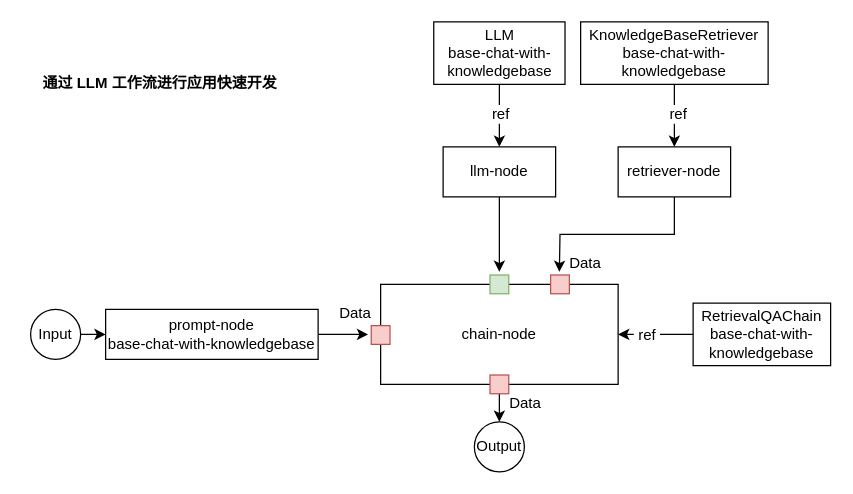
The draw.io diagram docs/User Cases/images/private_knowledgebase_app_arch.drawio in kubeagi/website, before the edit. Source tidied: cells renumbered, new cells numbered last; positions are measured from the earlier drawing's top-left corner, leaving out a move shared by most shapes. Both pictures are drawn from the tidied source at 125%, with x=0, y=0 at pixel (30, 21).
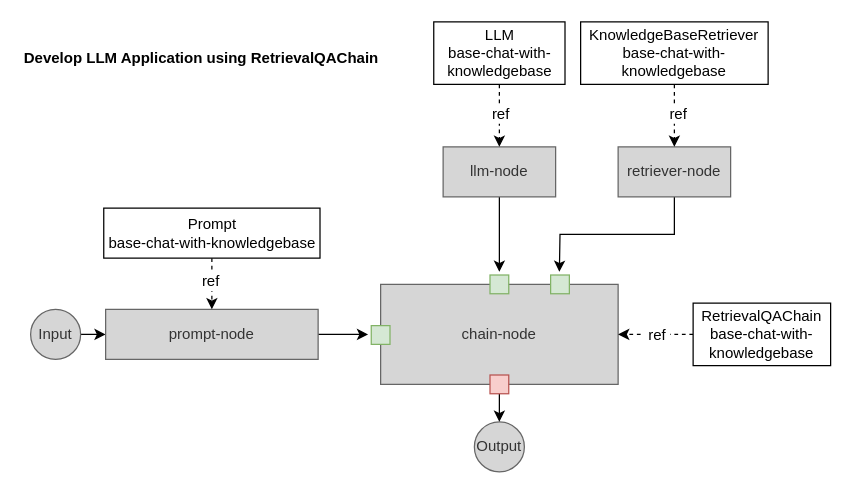
The same diagram, later.

Commit message (it also covers changes not shown here):
Add some docs about llm application

The change refers to these unchanged cells:
```xml
<mxCell id="12" value="LLM&lt;br&gt;base-chat-with-knowledgebase" style="rounded=0;whiteSpace=wrap;html=1;" parent="1" vertex="1">
  <mxGeometry x="322.5" width="105" height="50" as="geometry" />
</mxCell>
<mxCell id="15" value="KnowledgeBaseRetriever&lt;br&gt;base-chat-with-knowledgebase" style="rounded=0;whiteSpace=wrap;html=1;" parent="1" vertex="1">
  <mxGeometry x="440" width="150" height="50" as="geometry" />
</mxCell>
<mxCell id="18" value="RetrievalQAChain&lt;br&gt;base-chat-with-knowledgebase" style="rounded=0;whiteSpace=wrap;html=1;" parent="1" vertex="1">
  <mxGeometry x="530" y="225" width="110" height="50" as="geometry" />
</mxCell>
```

The edit, as a diff of the source:
```diff
@@
-    <mxCell id="4" value="prompt-node&lt;br&gt;base-chat-with-knowledgebase" style="rounded=0;whiteSpace=wrap;html=1;" parent="1" vertex="1">
+    <mxCell id="4" value="prompt-node" style="rounded=0;whiteSpace=wrap;html=1;fillColor=#D6D6D6;strokeColor=#666666;fontColor=#333333;" parent="1" vertex="1">
       <mxGeometry x="60" y="230" width="170" height="40" as="geometry" />
     </mxCell>
@@
-    <mxCell id="6" value="llm-node" style="rounded=0;whiteSpace=wrap;html=1;" parent="1" vertex="1">
+    <mxCell id="6" value="llm-node" style="rounded=0;whiteSpace=wrap;html=1;fillColor=#D6D6D6;strokeColor=#666666;fontColor=#333333;" parent="1" vertex="1">
       <mxGeometry x="330" y="100" width="90" height="40" as="geometry" />
     </mxCell>
@@
-    <mxCell id="8" value="retriever-node" style="rounded=0;whiteSpace=wrap;html=1;" parent="1" vertex="1">
+    <mxCell id="8" value="retriever-node" style="rounded=0;whiteSpace=wrap;html=1;fillColor=#D6D6D6;strokeColor=#666666;fontColor=#333333;" parent="1" vertex="1">
       <mxGeometry x="470" y="100" width="90" height="40" as="geometry" />
     </mxCell>
-    <mxCell id="9" value="chain-node" style="rounded=0;whiteSpace=wrap;html=1;" parent="1" vertex="1">
+    <mxCell id="9" value="chain-node" style="rounded=0;whiteSpace=wrap;html=1;fillColor=#D6D6D6;strokeColor=#666666;fontColor=#333333;" parent="1" vertex="1">
       <mxGeometry x="280" y="210" width="190" height="80" as="geometry" />
     </mxCell>
-    <mxCell id="10" style="edgeStyle=orthogonalEdgeStyle;rounded=0;jettySize=auto;html=1;exitX=0.5;exitY=1;exitDx=0;exitDy=0;entryX=0.5;entryY=0;entryDx=0;entryDy=0;" parent="1" edge="1" source="12" target="6">
+    <mxCell id="10" style="edgeStyle=orthogonalEdgeStyle;rounded=0;jettySize=auto;html=1;exitX=0.5;exitY=1;exitDx=0;exitDy=0;entryX=0.5;entryY=0;entryDx=0;entryDy=0;dashed=1;" parent="1" edge="1" source="12" target="6">
       <mxGeometry relative="1" as="geometry" />
     </mxCell>
@@
-    <mxCell id="13" style="edgeStyle=orthogonalEdgeStyle;rounded=0;jettySize=auto;html=1;exitX=0.5;exitY=1;exitDx=0;exitDy=0;entryX=0.5;entryY=0;entryDx=0;entryDy=0;" parent="1" edge="1" source="15" target="8">
+    <mxCell id="13" style="edgeStyle=orthogonalEdgeStyle;rounded=0;jettySize=auto;html=1;exitX=0.5;exitY=1;exitDx=0;exitDy=0;entryX=0.5;entryY=0;entryDx=0;entryDy=0;dashed=1;" parent="1" edge="1" source="15" target="8">
       <mxGeometry relative="1" as="geometry" />
     </mxCell>
@@
-    <mxCell id="16" value="&amp;nbsp;" style="edgeStyle=orthogonalEdgeStyle;rounded=0;jettySize=auto;html=1;exitX=0;exitY=0.5;exitDx=0;exitDy=0;entryX=1;entryY=0.5;entryDx=0;entryDy=0;" parent="1" edge="1" source="18" target="9">
+    <mxCell id="16" value="&amp;nbsp;" style="edgeStyle=orthogonalEdgeStyle;rounded=0;jettySize=auto;html=1;exitX=0;exitY=0.5;exitDx=0;exitDy=0;entryX=1;entryY=0.5;entryDx=0;entryDy=0;dashed=1;" parent="1" edge="1" source="18" target="9">
       <mxGeometry relative="1" as="geometry" />
     </mxCell>
     <mxCell id="17" value="&amp;nbsp;ref&amp;nbsp;" style="text;html=1;align=center;verticalAlign=middle;labelBackgroundColor=#ffffff;" parent="16" vertex="1">
-      <mxGeometry x="0.27" relative="1" as="geometry" />
+      <mxGeometry x="0.27" relative="1" as="geometry">
+        <mxPoint x="8" as="offset" />
+      </mxGeometry>
     </mxCell>
@@
-    <mxCell id="20" style="rounded=0;whiteSpace=wrap;html=1;fillColor=#f8cecc;strokeColor=#b85450;" parent="1" vertex="1">
+    <mxCell id="20" style="rounded=0;whiteSpace=wrap;html=1;fillColor=#d5e8d4;strokeColor=#82b366;" parent="1" vertex="1">
       <mxGeometry x="416" y="202.5" width="15" height="15" as="geometry" />
     </mxCell>
-    <mxCell id="21" style="rounded=0;whiteSpace=wrap;html=1;fillColor=#f8cecc;strokeColor=#b85450;" parent="1" vertex="1">
+    <mxCell id="21" style="rounded=0;whiteSpace=wrap;html=1;fillColor=#d5e8d4;strokeColor=#82b366;" parent="1" vertex="1">
       <mxGeometry x="272.5" y="243" width="15" height="15" as="geometry" />
     </mxCell>
-    <mxCell id="22" value="Input" style="ellipse;whiteSpace=wrap;html=1;strokeColor=#000000;" parent="1" vertex="1">
+    <mxCell id="22" value="Input" style="ellipse;whiteSpace=wrap;html=1;strokeColor=#666666;fillColor=#D6D6D6;fontColor=#333333;" parent="1" vertex="1">
       <mxGeometry y="230" width="40" height="40" as="geometry" />
     </mxCell>
-    <mxCell id="23" value="Output" style="ellipse;whiteSpace=wrap;html=1;strokeColor=#000000;" parent="1" vertex="1">
+    <mxCell id="23" value="Output" style="ellipse;whiteSpace=wrap;html=1;strokeColor=#666666;fillColor=#D6D6D6;fontColor=#333333;" parent="1" vertex="1">
       <mxGeometry x="355" y="320" width="40" height="40" as="geometry" />
     </mxCell>
@@
-    <mxCell id="26" value="Data" style="text;html=1;strokeColor=none;fillColor=none;align=center;verticalAlign=middle;whiteSpace=wrap;rounded=0;" parent="1" vertex="1">
-      <mxGeometry x="240" y="223" width="40" height="20" as="geometry" />
-    </mxCell>
-    <mxCell id="27" value="Data" style="text;html=1;strokeColor=none;fillColor=none;align=center;verticalAlign=middle;whiteSpace=wrap;rounded=0;" parent="1" vertex="1">
-      <mxGeometry x="423.5" y="182.5" width="40" height="20" as="geometry" />
-    </mxCell>
-    <mxCell id="28" value="Data" style="text;html=1;strokeColor=none;fillColor=none;align=center;verticalAlign=middle;whiteSpace=wrap;rounded=0;" parent="1" vertex="1">
-      <mxGeometry x="376" y="295" width="40" height="20" as="geometry" />
-    </mxCell>
-    <mxCell id="29" value="通过 LLM 工作流进行应用快速开发" style="text;html=1;fontStyle=1;" parent="1" vertex="1">
-      <mxGeometry x="8" y="35" width="190" height="30" as="geometry" />
-    </mxCell>
+    <mxCell id="30" style="edgeStyle=orthogonalEdgeStyle;rounded=0;jettySize=auto;html=1;exitX=0.5;exitY=1;exitDx=0;exitDy=0;entryX=0.5;entryY=0;entryDx=0;entryDy=0;dashed=1;" parent="1" edge="1" source="32" target="4">
+      <mxGeometry relative="1" as="geometry" />
+    </mxCell>
+    <mxCell id="31" value="ref" style="text;html=1;align=center;verticalAlign=middle;labelBackgroundColor=#ffffff;" parent="30" vertex="1">
+      <mxGeometry x="-0.13" y="-2" relative="1" as="geometry" />
+    </mxCell>
+    <mxCell id="32" value="Prompt&lt;br&gt;base-chat-with-knowledgebase" style="rounded=0;whiteSpace=wrap;html=1;" parent="1" vertex="1">
+      <mxGeometry x="58.5" y="149" width="173" height="40" as="geometry" />
+    </mxCell>
+    <mxCell id="33" value="Develop LLM Application using&amp;nbsp;&lt;span style=&quot;text-align: center;&quot;&gt;RetrievalQAChain&lt;/span&gt;" style="text;html=1;fontStyle=1;" parent="1" vertex="1">
+      <mxGeometry x="-7" y="15" width="190" height="30" as="geometry" />
+    </mxCell>
```
